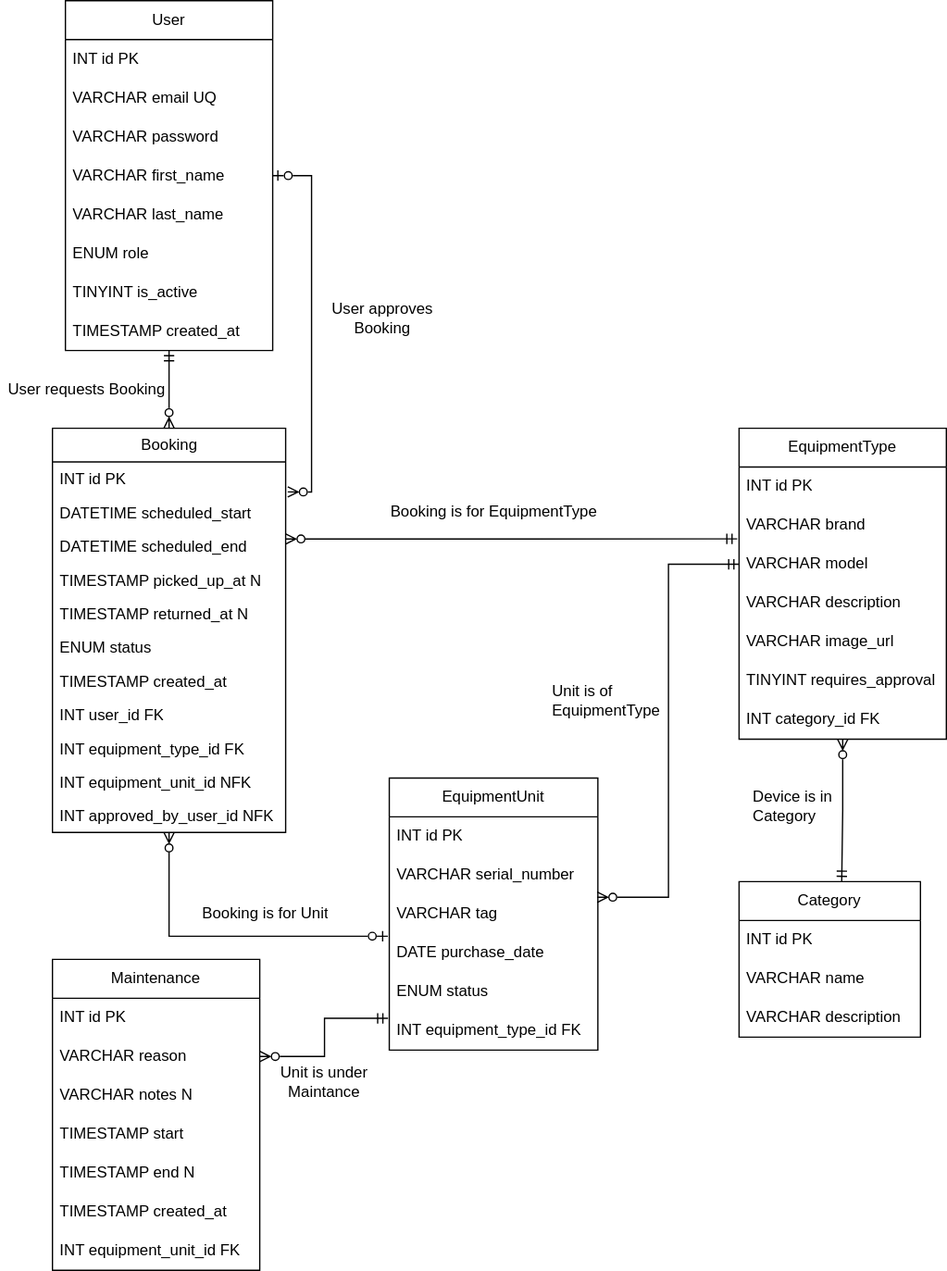
This is database/Equipment Booking.drawio.svg from 37265/equipment-manager, a draw.io export, as it was before one commit. Source tidied: cells renumbered, new cells last; positions are measured from the earlier drawing's top-left corner, leaving out a move shared by most shapes.
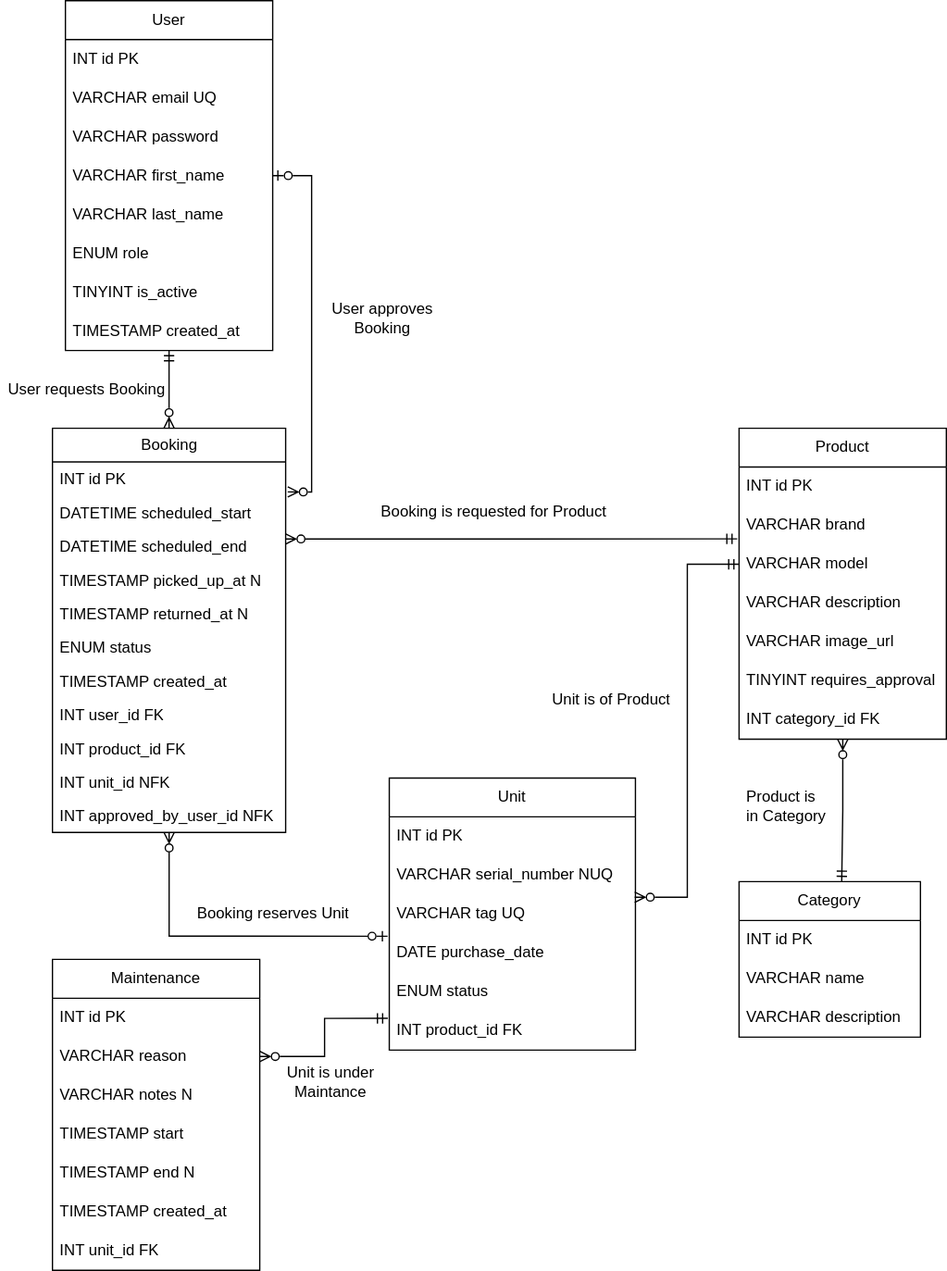
Above is the later version.

Commit message:
Rename EquipmentType and EquipmentUnit

The edit, as a diff of the source:
```diff
@@ -32,7 +32,7 @@
     <mxCell id="11" value="TIMESTAMP created_at" style="text;strokeColor=none;fillColor=none;align=left;verticalAlign=middle;spacingLeft=4;spacingRight=4;overflow=hidden;whiteSpace=wrap;html=1;" parent="3" vertex="1">
       <mxGeometry y="240" width="160" height="30" as="geometry" />
     </mxCell>
-    <mxCell id="12" value="EquipmentType" style="swimlane;fontStyle=0;horizontal=1;startSize=30;whiteSpace=wrap;html=1;" parent="1" vertex="1">
+    <mxCell id="12" value="Product" style="swimlane;fontStyle=0;horizontal=1;startSize=30;whiteSpace=wrap;html=1;" parent="1" vertex="1">
       <mxGeometry x="570" y="330" width="160" height="240" as="geometry" />
     </mxCell>
     <mxCell id="13" value="INT id PK" style="text;strokeColor=none;fillColor=none;align=left;verticalAlign=middle;spacingLeft=4;spacingRight=4;overflow=hidden;whiteSpace=wrap;html=1;" parent="12" vertex="1">
@@ -95,47 +95,47 @@
     <mxCell id="32" value="INT user_id FK" style="text;strokeColor=none;fillColor=none;align=left;verticalAlign=top;spacingLeft=4;spacingRight=4;overflow=hidden;whiteSpace=wrap;html=1;" parent="24" vertex="1">
       <mxGeometry y="208" width="180" height="26" as="geometry" />
     </mxCell>
-    <mxCell id="33" value="INT equipment_type_id FK" style="text;strokeColor=none;fillColor=none;align=left;verticalAlign=top;spacingLeft=4;spacingRight=4;overflow=hidden;whiteSpace=wrap;html=1;" parent="24" vertex="1">
+    <mxCell id="33" value="INT product_id FK" style="text;strokeColor=none;fillColor=none;align=left;verticalAlign=top;spacingLeft=4;spacingRight=4;overflow=hidden;whiteSpace=wrap;html=1;" parent="24" vertex="1">
       <mxGeometry y="234" width="180" height="26" as="geometry" />
     </mxCell>
-    <mxCell id="34" value="INT equipment_unit_id NFK" style="text;strokeColor=none;fillColor=none;align=left;verticalAlign=top;spacingLeft=4;spacingRight=4;overflow=hidden;whiteSpace=wrap;html=1;" parent="24" vertex="1">
+    <mxCell id="34" value="INT unit_id NFK" style="text;strokeColor=none;fillColor=none;align=left;verticalAlign=top;spacingLeft=4;spacingRight=4;overflow=hidden;whiteSpace=wrap;html=1;" parent="24" vertex="1">
       <mxGeometry y="260" width="180" height="26" as="geometry" />
     </mxCell>
     <mxCell id="35" value="INT approved_by_user_id NFK" style="text;strokeColor=none;fillColor=none;align=left;verticalAlign=top;spacingLeft=4;spacingRight=4;overflow=hidden;whiteSpace=wrap;html=1;" parent="24" vertex="1">
       <mxGeometry y="286" width="180" height="26" as="geometry" />
     </mxCell>
-    <mxCell id="36" value="EquipmentUnit" style="swimlane;fontStyle=0;horizontal=1;startSize=30;whiteSpace=wrap;html=1;" parent="1" vertex="1">
-      <mxGeometry x="300" y="600" width="161" height="210" as="geometry" />
+    <mxCell id="36" value="Unit" style="swimlane;fontStyle=0;horizontal=1;startSize=30;whiteSpace=wrap;html=1;" parent="1" vertex="1">
+      <mxGeometry x="300" y="600" width="190" height="210" as="geometry" />
     </mxCell>
     <mxCell id="37" value="INT id PK" style="text;strokeColor=none;fillColor=none;align=left;verticalAlign=middle;spacingLeft=4;spacingRight=4;overflow=hidden;whiteSpace=wrap;html=1;" parent="36" vertex="1">
-      <mxGeometry y="30" width="161" height="30" as="geometry" />
+      <mxGeometry y="30" width="190" height="30" as="geometry" />
     </mxCell>
-    <mxCell id="38" value="VARCHAR serial_number" style="text;strokeColor=none;fillColor=none;align=left;verticalAlign=middle;spacingLeft=4;spacingRight=4;overflow=hidden;whiteSpace=wrap;html=1;" parent="36" vertex="1">
-      <mxGeometry y="60" width="161" height="30" as="geometry" />
+    <mxCell id="38" value="VARCHAR serial_number NUQ" style="text;strokeColor=none;fillColor=none;align=left;verticalAlign=middle;spacingLeft=4;spacingRight=4;overflow=hidden;whiteSpace=wrap;html=1;" parent="36" vertex="1">
+      <mxGeometry y="60" width="190" height="30" as="geometry" />
     </mxCell>
-    <mxCell id="39" value="VARCHAR tag" style="text;strokeColor=none;fillColor=none;align=left;verticalAlign=middle;spacingLeft=4;spacingRight=4;overflow=hidden;points=[[0,0.5],[1,0.5]];portConstraint=eastwest;whiteSpace=wrap;html=1;" parent="36" vertex="1">
-      <mxGeometry y="90" width="161" height="30" as="geometry" />
+    <mxCell id="39" value="VARCHAR tag UQ" style="text;strokeColor=none;fillColor=none;align=left;verticalAlign=middle;spacingLeft=4;spacingRight=4;overflow=hidden;points=[[0,0.5],[1,0.5]];portConstraint=eastwest;whiteSpace=wrap;html=1;" parent="36" vertex="1">
+      <mxGeometry y="90" width="190" height="30" as="geometry" />
     </mxCell>
     <mxCell id="40" value="DATE purchase_date" style="text;strokeColor=none;fillColor=none;align=left;verticalAlign=middle;spacingLeft=4;spacingRight=4;overflow=hidden;points=[[0,0.5],[1,0.5]];portConstraint=eastwest;whiteSpace=wrap;html=1;" parent="36" vertex="1">
-      <mxGeometry y="120" width="161" height="30" as="geometry" />
+      <mxGeometry y="120" width="190" height="30" as="geometry" />
     </mxCell>
     <mxCell id="41" value="ENUM status" style="text;strokeColor=none;fillColor=none;align=left;verticalAlign=middle;spacingLeft=4;spacingRight=4;overflow=hidden;whiteSpace=wrap;html=1;" parent="36" vertex="1">
-      <mxGeometry y="150" width="161" height="30" as="geometry" />
+      <mxGeometry y="150" width="190" height="30" as="geometry" />
     </mxCell>
-    <mxCell id="42" value="&lt;div&gt;INT equipment_type_id FK&lt;/div&gt;" style="text;strokeColor=none;fillColor=none;align=left;verticalAlign=middle;spacingLeft=4;spacingRight=4;overflow=hidden;points=[[0,0.5],[1,0.5]];portConstraint=eastwest;whiteSpace=wrap;html=1;" parent="36" vertex="1">
-      <mxGeometry y="180" width="161" height="30" as="geometry" />
+    <mxCell id="42" value="&lt;div&gt;INT product_id FK&lt;/div&gt;" style="text;strokeColor=none;fillColor=none;align=left;verticalAlign=middle;spacingLeft=4;spacingRight=4;overflow=hidden;points=[[0,0.5],[1,0.5]];portConstraint=eastwest;whiteSpace=wrap;html=1;" parent="36" vertex="1">
+      <mxGeometry y="180" width="190" height="30" as="geometry" />
     </mxCell>
     <mxCell id="43" style="edgeStyle=orthogonalEdgeStyle;rounded=0;jettySize=auto;html=1;entryX=0.566;entryY=-0.001;entryDx=0;entryDy=0;entryPerimeter=0;endArrow=ERmandOne;endFill=0;startArrow=ERzeroToMany;startFill=0;" parent="1" edge="1" source="12" target="20">
       <mxGeometry relative="1" as="geometry" />
     </mxCell>
-    <mxCell id="44" value="&lt;div&gt;Device is in&lt;/div&gt;&lt;div&gt;Category&lt;/div&gt;" style="text;strokeColor=none;fillColor=none;align=left;verticalAlign=middle;spacingLeft=4;spacingRight=4;overflow=hidden;whiteSpace=wrap;html=1;" parent="1" vertex="1">
-      <mxGeometry x="575" y="602" width="130" height="40" as="geometry" />
+    <mxCell id="44" value="Product is in&amp;nbsp;Category" style="text;strokeColor=none;fillColor=none;align=left;verticalAlign=middle;spacingLeft=4;spacingRight=4;overflow=hidden;whiteSpace=wrap;html=1;" parent="1" vertex="1">
+      <mxGeometry x="570" y="602" width="110" height="40" as="geometry" />
     </mxCell>
     <mxCell id="45" style="edgeStyle=orthogonalEdgeStyle;rounded=0;jettySize=auto;html=1;endArrow=ERzeroToOne;endFill=0;startArrow=ERzeroToMany;startFill=0;entryX=-0.007;entryY=0.071;entryDx=0;entryDy=0;entryPerimeter=0;" parent="1" edge="1" source="24" target="40">
       <mxGeometry relative="1" as="geometry" />
     </mxCell>
-    <mxCell id="46" value="Booking is for Unit" style="text;strokeColor=none;fillColor=none;align=left;verticalAlign=middle;spacingLeft=4;spacingRight=4;overflow=hidden;whiteSpace=wrap;html=1;" parent="1" vertex="1">
-      <mxGeometry x="150" y="690" width="120" height="30" as="geometry" />
+    <mxCell id="46" value="Booking reserves Unit" style="text;strokeColor=none;fillColor=none;align=left;verticalAlign=middle;spacingLeft=4;spacingRight=4;overflow=hidden;whiteSpace=wrap;html=1;" parent="1" vertex="1">
+      <mxGeometry x="145.5" y="685" width="140" height="40" as="geometry" />
     </mxCell>
     <mxCell id="47" style="edgeStyle=orthogonalEdgeStyle;rounded=0;jettySize=auto;html=1;entryX=0;entryY=0.5;entryDx=0;entryDy=0;endArrow=ERmandOne;endFill=0;startArrow=ERzeroToMany;startFill=0;exitX=0.997;exitY=0.067;exitDx=0;exitDy=0;exitPerimeter=0;" parent="1" edge="1" source="39" target="15">
       <mxGeometry relative="1" as="geometry" />
@@ -143,13 +143,13 @@
     <mxCell id="48" value="User requests Booking" style="text;strokeColor=none;fillColor=none;align=left;verticalAlign=middle;spacingLeft=4;spacingRight=4;overflow=hidden;whiteSpace=wrap;html=1;" parent="1" vertex="1">
       <mxGeometry y="280" width="140" height="40" as="geometry" />
     </mxCell>
-    <mxCell id="49" value="Unit is of EquipmentType" style="text;strokeColor=none;fillColor=none;align=left;verticalAlign=middle;spacingLeft=4;spacingRight=4;overflow=hidden;whiteSpace=wrap;html=1;" parent="1" vertex="1">
-      <mxGeometry x="420" y="520" width="100" height="40" as="geometry" />
+    <mxCell id="49" value="Unit is of Product" style="text;strokeColor=none;fillColor=none;align=left;verticalAlign=middle;spacingLeft=4;spacingRight=4;overflow=hidden;whiteSpace=wrap;html=1;" parent="1" vertex="1">
+      <mxGeometry x="420" y="520" width="150" height="40" as="geometry" />
     </mxCell>
     <mxCell id="50" style="edgeStyle=orthogonalEdgeStyle;rounded=0;jettySize=auto;html=1;endArrow=ERmandOne;endFill=0;startArrow=ERzeroToMany;startFill=0;entryX=-0.009;entryY=0.848;entryDx=0;entryDy=0;exitX=0.999;exitY=0.287;exitDx=0;exitDy=0;exitPerimeter=0;entryPerimeter=0;" parent="1" edge="1" source="27" target="14">
       <mxGeometry relative="1" as="geometry" />
     </mxCell>
-    <mxCell id="51" value="Booking is for EquipmentType" style="text;html=1;whiteSpace=wrap;strokeColor=none;fillColor=none;align=center;verticalAlign=middle;rounded=0;" parent="1" vertex="1">
+    <mxCell id="51" value="Booking is requested for Product" style="text;html=1;whiteSpace=wrap;strokeColor=none;fillColor=none;align=center;verticalAlign=middle;rounded=0;" parent="1" vertex="1">
       <mxGeometry x="285.5" y="380" width="190" height="30" as="geometry" />
     </mxCell>
     <mxCell id="52" value="Maintenance" style="swimlane;fontStyle=0;horizontal=1;startSize=30;whiteSpace=wrap;html=1;" parent="1" vertex="1">
@@ -173,14 +173,14 @@
     <mxCell id="58" value="TIMESTAMP created_at" style="text;strokeColor=none;fillColor=none;align=left;verticalAlign=middle;spacingLeft=4;spacingRight=4;overflow=hidden;whiteSpace=wrap;html=1;" parent="52" vertex="1">
       <mxGeometry y="180" width="160" height="30" as="geometry" />
     </mxCell>
-    <mxCell id="59" value="INT equipment_unit_id FK" style="text;strokeColor=none;fillColor=none;align=left;verticalAlign=middle;spacingLeft=4;spacingRight=4;overflow=hidden;whiteSpace=wrap;html=1;" parent="52" vertex="1">
+    <mxCell id="59" value="INT unit_id FK" style="text;strokeColor=none;fillColor=none;align=left;verticalAlign=middle;spacingLeft=4;spacingRight=4;overflow=hidden;whiteSpace=wrap;html=1;" parent="52" vertex="1">
       <mxGeometry y="210" width="160" height="30" as="geometry" />
     </mxCell>
     <mxCell id="60" style="edgeStyle=orthogonalEdgeStyle;rounded=0;jettySize=auto;html=1;entryX=-0.006;entryY=0.184;entryDx=0;entryDy=0;entryPerimeter=0;endArrow=ERmandOne;endFill=0;startArrow=ERzeroToMany;startFill=0;exitX=1;exitY=0.5;exitDx=0;exitDy=0;" parent="1" edge="1" source="54" target="42">
       <mxGeometry relative="1" as="geometry" />
     </mxCell>
     <mxCell id="61" value="Unit is under Maintance" style="text;html=1;whiteSpace=wrap;strokeColor=none;fillColor=none;align=center;verticalAlign=middle;rounded=0;" parent="1" vertex="1">
-      <mxGeometry x="210" y="820" width="80" height="30" as="geometry" />
+      <mxGeometry x="200" y="820" width="110" height="30" as="geometry" />
     </mxCell>
     <mxCell id="62" style="edgeStyle=orthogonalEdgeStyle;rounded=0;jettySize=auto;html=1;entryX=1.009;entryY=-0.109;entryDx=0;entryDy=0;entryPerimeter=0;startArrow=ERzeroToOne;startFill=0;endArrow=ERzeroToMany;endFill=0;" parent="1" edge="1" source="3" target="26">
       <mxGeometry relative="1" as="geometry">
```
